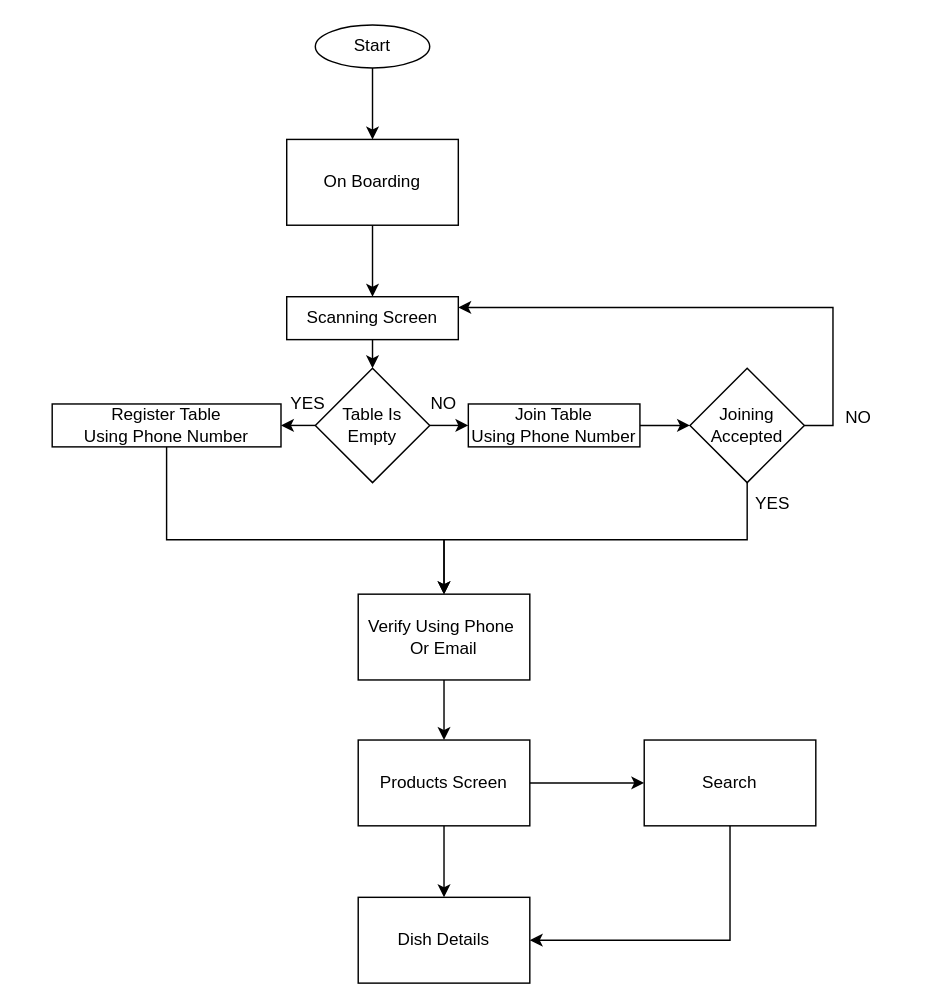
Ahamed-shareef/learn keeps this draw.io diagram as Untitled Diagram.drawio. Above is the earlier version. Source tidied: cells renumbered, new cells numbered last; positions are measured from the earlier drawing's top-left corner, leaving out a move shared by most shapes. Both pictures are drawn from the tidied source at 143%, with x=0, y=0 at pixel (51, 24).
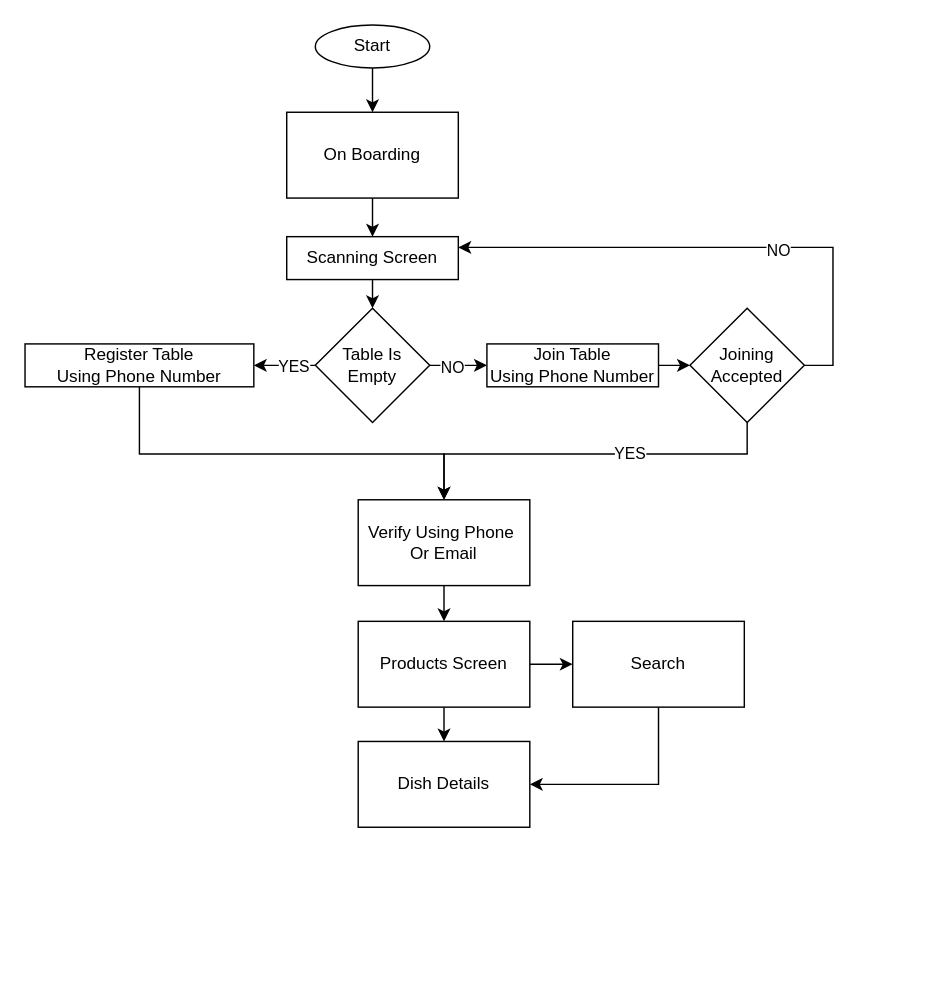
The same page after the edit.

The change refers to these unchanged cells:
```xml
<mxCell id="8" style="edgeStyle=orthogonalEdgeStyle;rounded=0;jettySize=auto;html=1;exitX=1;exitY=0.5;exitDx=0;exitDy=0;entryX=0;entryY=0.5;entryDx=0;entryDy=0;" parent="1" edge="1" source="10" target="12">
  <mxGeometry relative="1" as="geometry" />
</mxCell>
<mxCell id="9" style="edgeStyle=orthogonalEdgeStyle;rounded=0;jettySize=auto;html=1;exitX=0;exitY=0.5;exitDx=0;exitDy=0;entryX=1;entryY=0.5;entryDx=0;entryDy=0;" parent="1" edge="1" source="10" target="7">
  <mxGeometry relative="1" as="geometry" />
</mxCell>
<mxCell id="14" style="edgeStyle=orthogonalEdgeStyle;rounded=0;jettySize=auto;html=1;exitX=1;exitY=0.5;exitDx=0;exitDy=0;entryX=1;entryY=0.25;entryDx=0;entryDy=0;" parent="1" edge="1" source="15" target="5">
  <mxGeometry relative="1" as="geometry" />
</mxCell>
```

The edit, as a diff of the source:
```diff
@@
     <mxCell id="5" value="Scanning Screen" style="rounded=0;whiteSpace=wrap;html=1;" parent="1" vertex="1">
-      <mxGeometry x="164" y="190" width="120" height="30" as="geometry" />
+      <mxGeometry x="164" y="148" width="120" height="30" as="geometry" />
     </mxCell>
     <mxCell id="6" style="edgeStyle=orthogonalEdgeStyle;rounded=0;jettySize=auto;html=1;entryX=0.5;entryY=0;entryDx=0;entryDy=0;exitX=0.5;exitY=1;exitDx=0;exitDy=0;" parent="1" edge="1" source="7" target="17">
       <mxGeometry relative="1" as="geometry">
         <Array as="points">
-          <mxPoint x="80" y="360" />
-          <mxPoint x="274" y="360" />
+          <mxPoint x="61" y="300" />
+          <mxPoint x="274" y="300" />
         </Array>
       </mxGeometry>
     </mxCell>
     <mxCell id="7" value="Register Table&lt;br&gt;Using Phone Number" style="rounded=0;whiteSpace=wrap;html=1;" parent="1" vertex="1">
-      <mxGeometry y="265" width="160" height="30" as="geometry" />
+      <mxGeometry x="-19" y="223" width="160" height="30" as="geometry" />
     </mxCell>
@@
+    <mxCell id="30" value="NO" style="edgeLabel;html=1;align=center;verticalAlign=middle;" parent="8" vertex="1">
+      <mxGeometry x="-0.25" y="-1" relative="1" as="geometry" />
+    </mxCell>
@@
+    <mxCell id="31" value="YES" style="edgeLabel;html=1;align=center;verticalAlign=middle;" parent="9" vertex="1">
+      <mxGeometry x="-0.24" relative="1" as="geometry" />
+    </mxCell>
     <mxCell id="10" value="Table Is Empty" style="rhombus;whiteSpace=wrap;html=1;" parent="1" vertex="1">
-      <mxGeometry x="184" y="240" width="80" height="80" as="geometry" />
+      <mxGeometry x="184" y="198" width="80" height="80" as="geometry" />
     </mxCell>
@@
     <mxCell id="12" value="Join Table&lt;br&gt;Using Phone Number" style="rounded=0;whiteSpace=wrap;html=1;" parent="1" vertex="1">
-      <mxGeometry x="291" y="265" width="120" height="30" as="geometry" />
+      <mxGeometry x="304" y="223" width="120" height="30" as="geometry" />
     </mxCell>
     <mxCell id="13" style="edgeStyle=orthogonalEdgeStyle;rounded=0;jettySize=auto;html=1;exitX=0.5;exitY=1;exitDx=0;exitDy=0;entryX=0.5;entryY=0;entryDx=0;entryDy=0;" parent="1" edge="1" source="15" target="17">
       <mxGeometry relative="1" as="geometry">
         <Array as="points">
-          <mxPoint x="486" y="360" />
-          <mxPoint x="274" y="360" />
+          <mxPoint x="486" y="300" />
+          <mxPoint x="274" y="300" />
         </Array>
       </mxGeometry>
     </mxCell>
+    <mxCell id="32" value="YES" style="edgeLabel;html=1;align=center;verticalAlign=middle;" parent="13" vertex="1">
+      <mxGeometry x="-0.21" y="-1" relative="1" as="geometry" />
+    </mxCell>
@@
+    <mxCell id="33" value="NO" style="edgeLabel;html=1;align=center;verticalAlign=middle;" parent="14" vertex="1">
+      <mxGeometry x="-0.22" y="2" relative="1" as="geometry">
+        <mxPoint x="1" as="offset" />
+      </mxGeometry>
+    </mxCell>
     <mxCell id="15" value="Joining Accepted" style="rhombus;whiteSpace=wrap;html=1;" parent="1" vertex="1">
-      <mxGeometry x="446" y="240" width="80" height="80" as="geometry" />
+      <mxGeometry x="446" y="198" width="80" height="80" as="geometry" />
     </mxCell>
@@
     <mxCell id="17" value="Verify Using Phone&amp;nbsp;&lt;br&gt;Or Email" style="rounded=0;whiteSpace=wrap;html=1;" parent="1" vertex="1">
-      <mxGeometry x="214" y="398" width="120" height="60" as="geometry" />
+      <mxGeometry x="214" y="332" width="120" height="60" as="geometry" />
     </mxCell>
@@
     <mxCell id="19" value="On Boarding" style="rounded=0;whiteSpace=wrap;html=1;" parent="1" vertex="1">
-      <mxGeometry x="164" y="80" width="120" height="60" as="geometry" />
+      <mxGeometry x="164" y="61" width="120" height="60" as="geometry" />
     </mxCell>
@@
     <mxCell id="22" value="Products Screen" style="whiteSpace=wrap;html=1;rounded=0;" parent="1" vertex="1">
-      <mxGeometry x="214" y="500" width="120" height="60" as="geometry" />
+      <mxGeometry x="214" y="417" width="120" height="60" as="geometry" />
     </mxCell>
-    <mxCell id="23" value="YES" style="text;html=1;strokeColor=none;fillColor=none;align=center;verticalAlign=middle;whiteSpace=wrap;rounded=0;" parent="1" vertex="1">
-      <mxGeometry x="474" y="320" width="60" height="30" as="geometry" />
-    </mxCell>
-    <mxCell id="24" value="NO" style="text;html=1;strokeColor=none;fillColor=none;align=center;verticalAlign=middle;whiteSpace=wrap;rounded=0;" parent="1" vertex="1">
-      <mxGeometry x="534" y="260" width="60" height="30" as="geometry" />
-    </mxCell>
-    <mxCell id="25" value="YES" style="text;html=1;strokeColor=none;fillColor=none;align=center;verticalAlign=middle;whiteSpace=wrap;rounded=0;" parent="1" vertex="1">
-      <mxGeometry x="149" y="250" width="60" height="30" as="geometry" />
-    </mxCell>
-    <mxCell id="26" value="NO" style="text;html=1;strokeColor=none;fillColor=none;align=center;verticalAlign=middle;whiteSpace=wrap;rounded=0;" parent="1" vertex="1">
-      <mxGeometry x="244" y="250" width="60" height="30" as="geometry" />
-    </mxCell>
     <mxCell id="27" value="Dish Details" style="whiteSpace=wrap;html=1;rounded=0;" parent="1" vertex="1">
-      <mxGeometry x="214" y="610" width="120" height="60" as="geometry" />
+      <mxGeometry x="214" y="501" width="120" height="60" as="geometry" />
     </mxCell>
@@
     <mxCell id="29" value="Search" style="whiteSpace=wrap;html=1;rounded=0;" parent="1" vertex="1">
-      <mxGeometry x="414" y="500" width="120" height="60" as="geometry" />
+      <mxGeometry x="364" y="417" width="120" height="60" as="geometry" />
     </mxCell>
```
